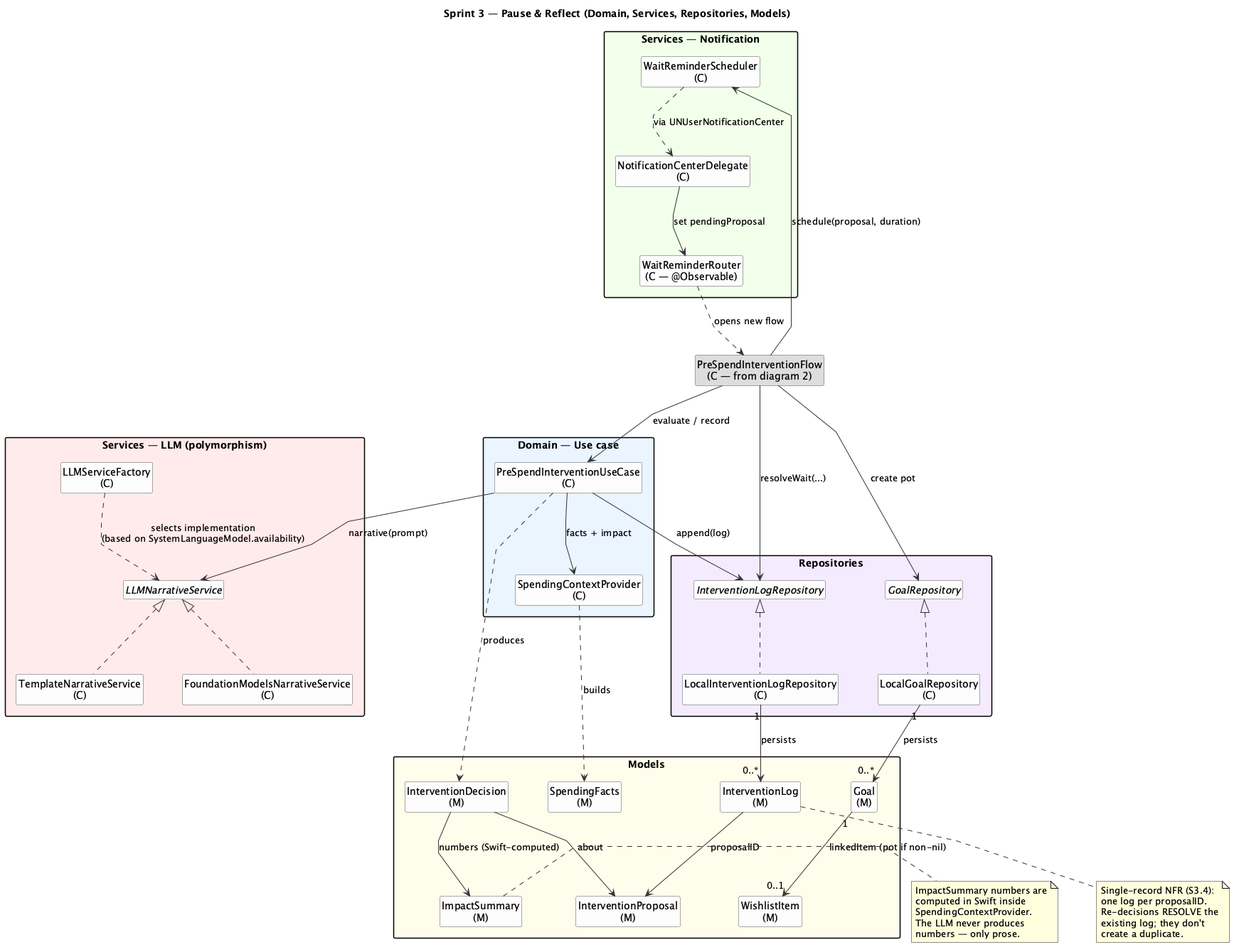
Before: portfolio_diagrams/ClassDiagram_Sprint3_DomainAndData.png, a diagram exported from PlantUML (beckz001/Bujet).
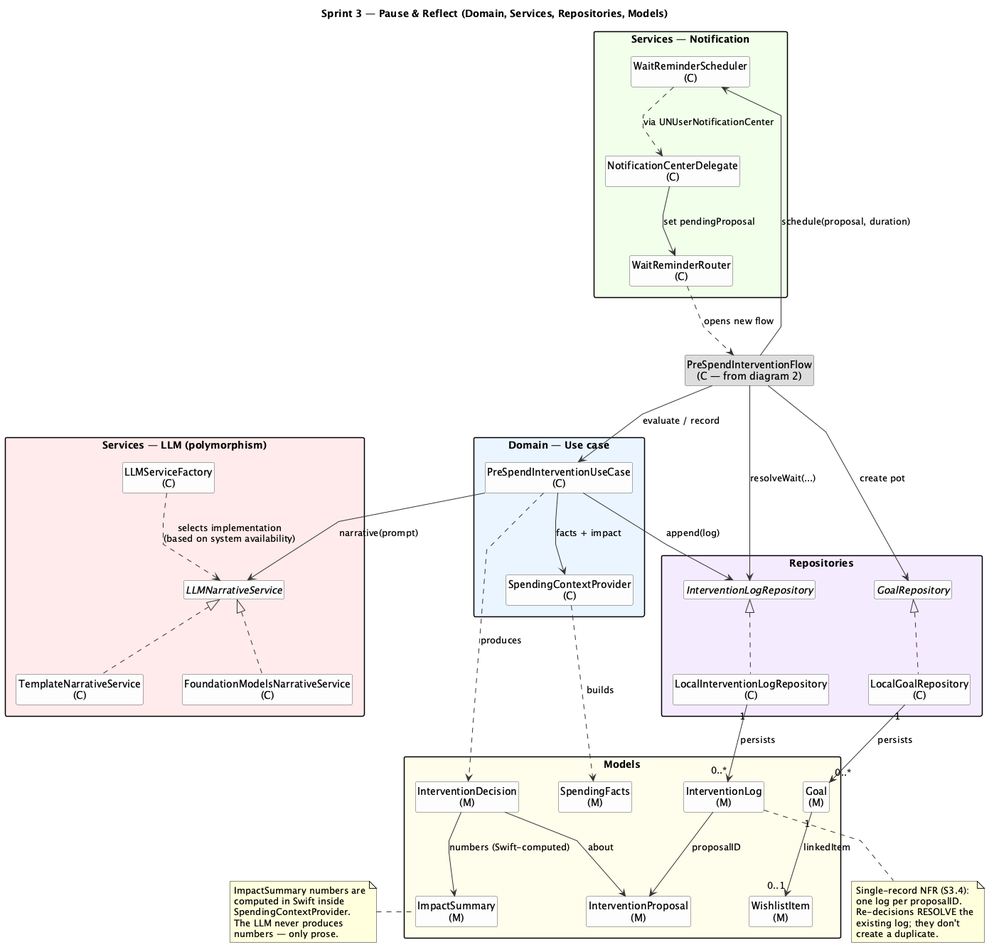
After the change.

Commit message:
More plantuml diagram improvements

Change to the diagram source:
```diff
@@ -32,7 +32,7 @@
 package "Services — Notification" #F1FFEA {
   class "WaitReminderScheduler\n(C)"        as Sched
   class "NotificationCenterDelegate\n(C)"   as NotifDel
-  class "WaitReminderRouter\n(C — @Observable)" as Router
+  class "WaitReminderRouter\n(C)" as Router
 }
 
 package "Repositories" #F5EAFF {
@@ -63,7 +63,7 @@
 
 LLM <|.. TmplLLM
 LLM <|.. FMLLM
-Factory ..> LLM     : selects implementation\n(based on SystemLanguageModel.availability)
+Factory ..> LLM     : selects implementation\n(based on system availability)
 
 Sched ..> NotifDel : via UNUserNotificationCenter
 NotifDel --> Router : set pendingProposal
@@ -74,14 +74,14 @@
 
 ILogRepo "1" --> "0..*" Log   : persists
 GoalRepo "1" --> "0..*" Goal  : persists
-Goal "1" --> "0..1" Wish      : linkedItem (pot if non-nil)
+Goal "1" --> "0..1" Wish      : linkedItem
 Log --> Proposal              : proposalID
 UseCase ..> Decision          : produces
 Decision --> Proposal         : about
 Decision --> Impact           : numbers (Swift-computed)
 Ctx ..> Facts                 : builds
 
-note right of Impact
+note left of Impact
   ImpactSummary numbers are
   computed in Swift inside
   SpendingContextProvider.
```
